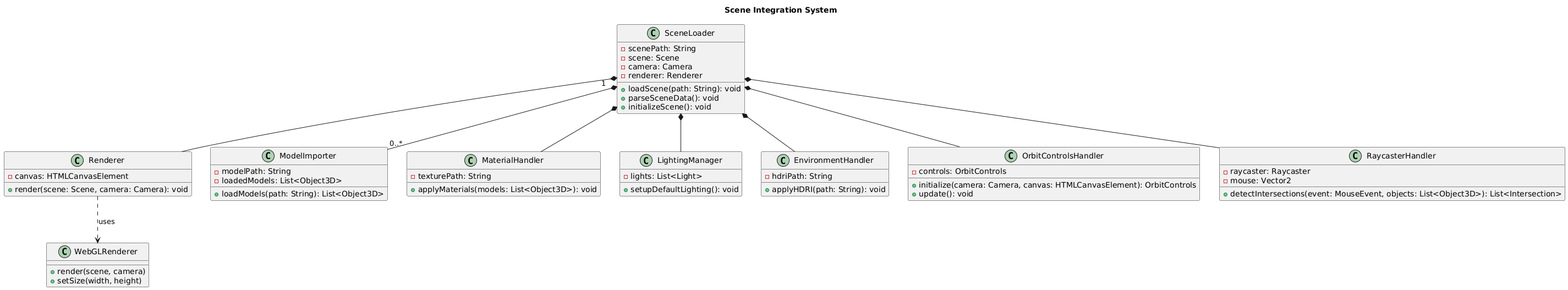
Above: UML/Diagram/new diagrams/class diagram.png in AshutoshKhadse23/flow-js (PlantUML), before the change. Source of this version:
```plantuml
@startuml
title Scene Integration System

class SceneLoader {
  -scenePath: String
  -scene: Scene
  -camera: Camera
  -renderer: Renderer
  +loadScene(path: String): void
  +parseSceneData(): void
  +initializeScene(): void
}

class Renderer {
  -canvas: HTMLCanvasElement
  +render(scene: Scene, camera: Camera): void
}

class WebGLRenderer {
  +render(scene, camera)
  +setSize(width, height)
}

class ModelImporter {
  -modelPath: String
  -loadedModels: List<Object3D>
  +loadModels(path: String): List<Object3D>
}

class MaterialHandler {
  -texturePath: String
  +applyMaterials(models: List<Object3D>): void
}

class LightingManager {
  -lights: List<Light>
  +setupDefaultLighting(): void
}

class EnvironmentHandler {
  -hdriPath: String
  +applyHDRI(path: String): void
}

class OrbitControlsHandler {
  -controls: OrbitControls
  +initialize(camera: Camera, canvas: HTMLCanvasElement): OrbitControls
  +update(): void
}

class RaycasterHandler {
  -raycaster: Raycaster
  -mouse: Vector2
  +detectIntersections(event: MouseEvent, objects: List<Object3D>): List<Intersection>
}


SceneLoader "    1   " *-- "0..*" ModelImporter
SceneLoader *-- Renderer
SceneLoader *-- MaterialHandler
SceneLoader *-- LightingManager
SceneLoader *-- EnvironmentHandler
SceneLoader *-- OrbitControlsHandler
SceneLoader *-- RaycasterHandler

Renderer ..> WebGLRenderer : uses
@enduml
```
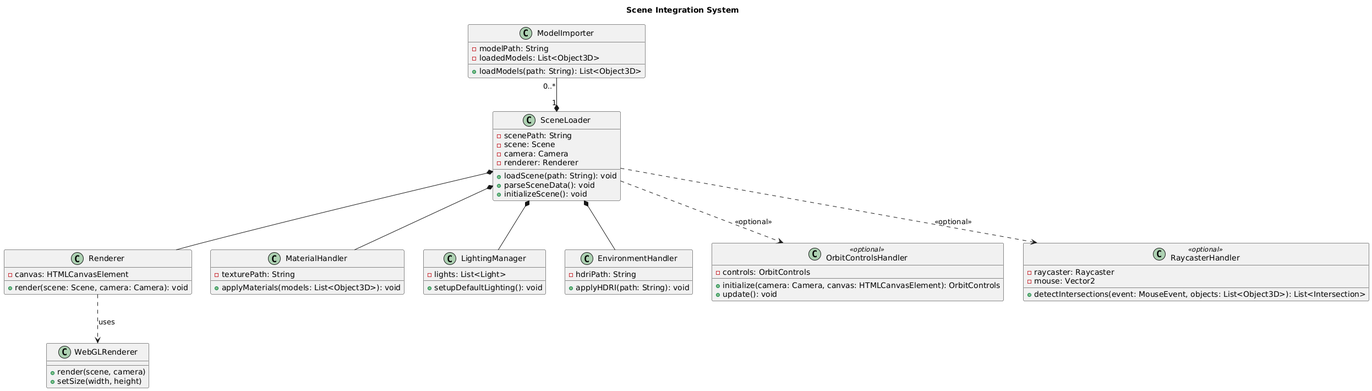
Above is the later version.

Diff of the diagram source:
```diff
@@ -42,26 +42,27 @@
   +applyHDRI(path: String): void
 }
 
-class OrbitControlsHandler {
+class OrbitControlsHandler <<optional>> {
   -controls: OrbitControls
   +initialize(camera: Camera, canvas: HTMLCanvasElement): OrbitControls
   +update(): void
 }
 
-class RaycasterHandler {
+class RaycasterHandler <<optional>> {
   -raycaster: Raycaster
   -mouse: Vector2
   +detectIntersections(event: MouseEvent, objects: List<Object3D>): List<Intersection>
 }
 
+ModelImporter "0..*" --* "1" SceneLoader
 
-SceneLoader "    1   " *-- "0..*" ModelImporter
 SceneLoader *-- Renderer
 SceneLoader *-- MaterialHandler
 SceneLoader *-- LightingManager
 SceneLoader *-- EnvironmentHandler
-SceneLoader *-- OrbitControlsHandler
-SceneLoader *-- RaycasterHandler
+
+SceneLoader ..> OrbitControlsHandler : <<optional>>
+SceneLoader ..> RaycasterHandler : <<optional>>
 
 Renderer ..> WebGLRenderer : uses
 @enduml
```
